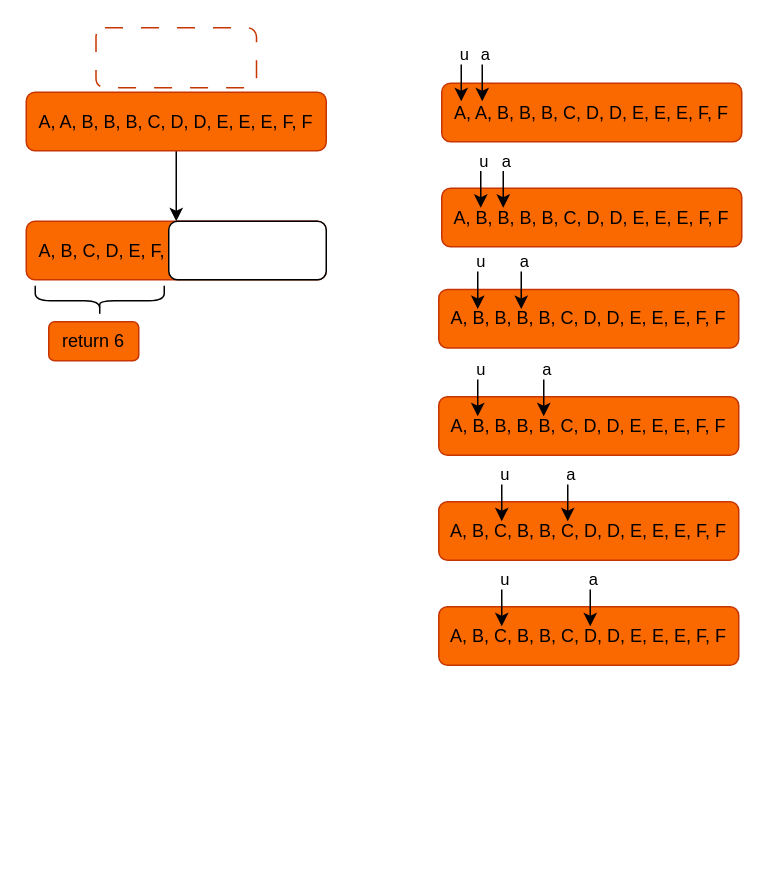
Above: remove_dup_sorted_array/main.drawio in meshik/naive-vs-optimal (draw.io), before the change. Source tidied: cells renumbered, new cells numbered last; positions are measured from the earlier drawing's top-left corner, leaving out a move shared by most shapes. Both pictures are drawn from the tidied source at 150%, with x=0, y=0 at pixel (26, 27).
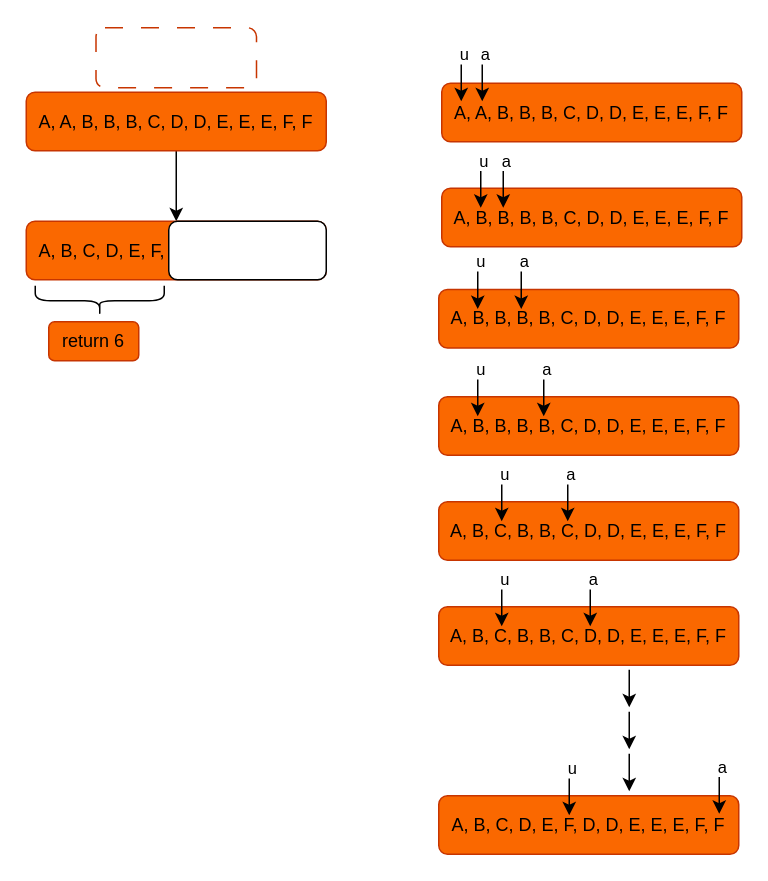
After the change.

Change to the diagram source:
```diff
@@
+    <mxCell id="39" style="edgeStyle=none;html=1;" parent="1" edge="1">
+      <mxGeometry relative="1" as="geometry">
+        <mxPoint x="402" y="428" as="sourcePoint" />
+        <mxPoint x="402" y="453" as="targetPoint" />
+      </mxGeometry>
+    </mxCell>
+    <mxCell id="40" style="edgeStyle=none;html=1;" parent="1" edge="1">
+      <mxGeometry relative="1" as="geometry">
+        <mxPoint x="402" y="456" as="sourcePoint" />
+        <mxPoint x="402" y="481" as="targetPoint" />
+      </mxGeometry>
+    </mxCell>
+    <mxCell id="41" style="edgeStyle=none;html=1;" parent="1" edge="1">
+      <mxGeometry relative="1" as="geometry">
+        <mxPoint x="402" y="484" as="sourcePoint" />
+        <mxPoint x="402" y="509" as="targetPoint" />
+      </mxGeometry>
+    </mxCell>
+    <mxCell id="42" value="A, B, C, D, E, F, D, D, E, E, E, F, F" style="whiteSpace=wrap;html=1;fillColor=#fa6800;fontColor=#000000;strokeColor=#C73500;rounded=1;shadow=0;glass=0;" parent="1" vertex="1">
+      <mxGeometry x="275" y="512" width="200" height="39" as="geometry" />
+    </mxCell>
+    <mxCell id="43" style="edgeStyle=none;html=1;" parent="1" edge="1">
+      <mxGeometry relative="1" as="geometry">
+        <mxPoint x="462" y="487" as="sourcePoint" />
+        <mxPoint x="462" y="524" as="targetPoint" />
+      </mxGeometry>
+    </mxCell>
+    <mxCell id="44" value="a" style="edgeLabel;html=1;align=center;verticalAlign=middle;" parent="43" vertex="1">
+      <mxGeometry x="-0.72" y="1" relative="1" as="geometry" />
+    </mxCell>
+    <mxCell id="45" style="edgeStyle=none;html=1;" parent="1" edge="1">
+      <mxGeometry relative="1" as="geometry">
+        <mxPoint x="362" y="488" as="sourcePoint" />
+        <mxPoint x="362" y="525" as="targetPoint" />
+      </mxGeometry>
+    </mxCell>
+    <mxCell id="46" value="u" style="edgeLabel;html=1;align=center;verticalAlign=middle;" parent="45" vertex="1">
+      <mxGeometry x="-0.52" y="1" relative="1" as="geometry">
+        <mxPoint y="-4" as="offset" />
+      </mxGeometry>
+    </mxCell>
```
